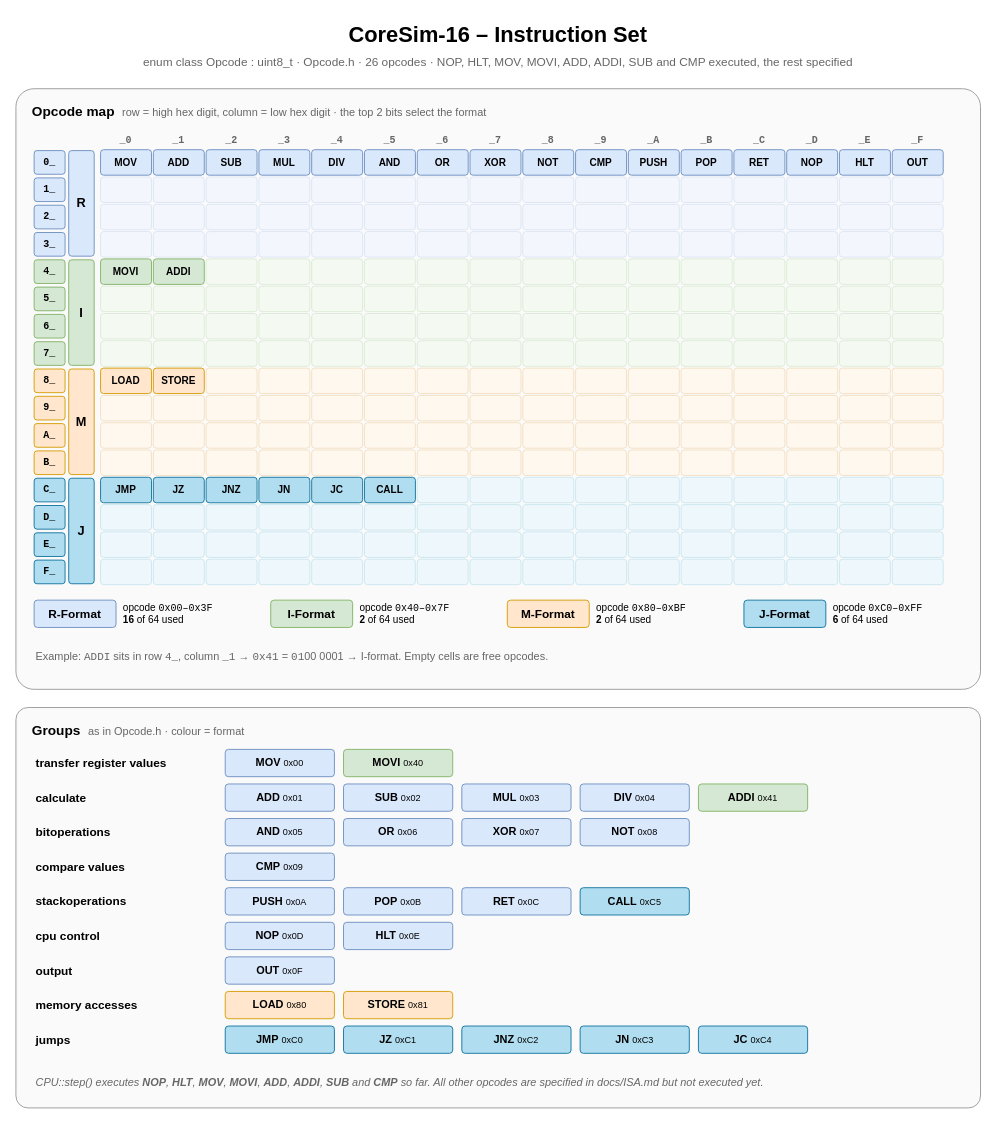
This is diagrams/isa.drawio from kpolet2010-hue/CoreSim, a draw.io file, before an edit. Source tidied: cells renumbered, new cells numbered last; positions are measured from the earlier drawing's top-left corner, leaving out a move shared by most shapes. Both pictures are drawn from the tidied source at 91%, with x=0, y=0 at pixel (15, 15).
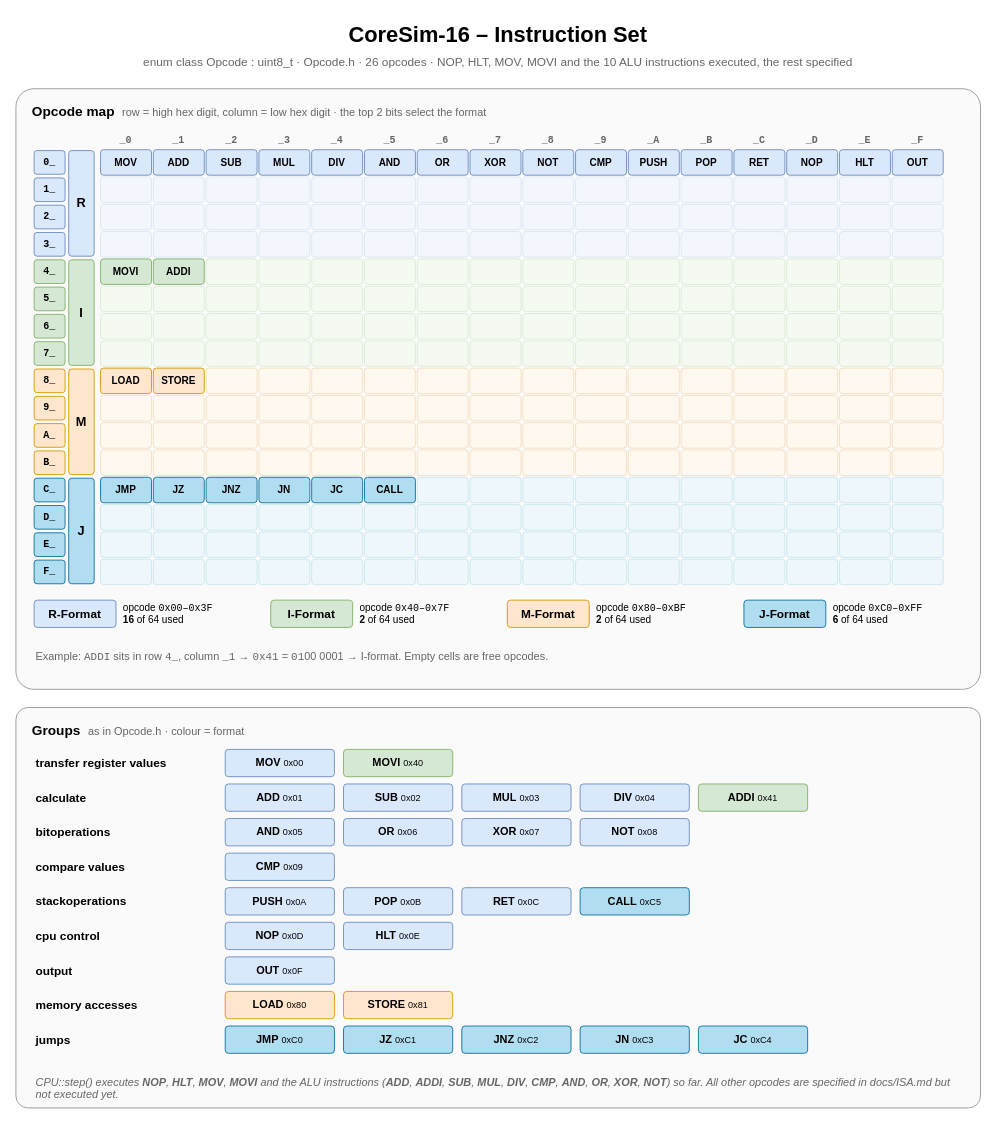
The same page after the edit.

Change to the diagram source:
```diff
@@
-    <mxCell id="3" value="enum class Opcode : uint8_t &amp;middot; Opcode.h &amp;middot; 26 opcodes &amp;middot; NOP, HLT, MOV, MOVI, ADD, ADDI, SUB and CMP executed, the rest specified" style="text;html=1;strokeColor=none;fillColor=none;whiteSpace=wrap;fontFamily=Helvetica;fontSize=13;fontColor=#666666;align=center;" parent="1" vertex="1">
+    <mxCell id="3" value="enum class Opcode : uint8_t &amp;middot; Opcode.h &amp;middot; 26 opcodes &amp;middot; NOP, HLT, MOV, MOVI and the 10 ALU instructions executed, the rest specified" style="text;html=1;strokeColor=none;fillColor=none;whiteSpace=wrap;fontFamily=Helvetica;fontSize=13;fontColor=#666666;align=center;" parent="1" vertex="1">
       <mxGeometry y="36" width="1060" height="24" as="geometry" />
     </mxCell>
@@
-    <mxCell id="342" value="&lt;i&gt;CPU::step() executes &lt;b&gt;NOP&lt;/b&gt;, &lt;b&gt;HLT&lt;/b&gt;, &lt;b&gt;MOV&lt;/b&gt;, &lt;b&gt;MOVI&lt;/b&gt;, &lt;b&gt;ADD&lt;/b&gt;, &lt;b&gt;ADDI&lt;/b&gt;, &lt;b&gt;SUB&lt;/b&gt; and &lt;b&gt;CMP&lt;/b&gt; so far. All other opcodes are specified in docs/ISA.md but not executed yet.&lt;/i&gt;" style="text;html=1;strokeColor=none;fillColor=none;whiteSpace=wrap;fontFamily=Helvetica;fontSize=12;fontColor=#666666;align=left;" parent="1" vertex="1">
+    <mxCell id="342" value="&lt;i&gt;CPU::step() executes &lt;b&gt;NOP&lt;/b&gt;, &lt;b&gt;HLT&lt;/b&gt;, &lt;b&gt;MOV&lt;/b&gt;, &lt;b&gt;MOVI&lt;/b&gt; and the ALU instructions (&lt;b&gt;ADD&lt;/b&gt;, &lt;b&gt;ADDI&lt;/b&gt;, &lt;b&gt;SUB&lt;/b&gt;, &lt;b&gt;MUL&lt;/b&gt;, &lt;b&gt;DIV&lt;/b&gt;, &lt;b&gt;CMP&lt;/b&gt;, &lt;b&gt;AND&lt;/b&gt;, &lt;b&gt;OR&lt;/b&gt;, &lt;b&gt;XOR&lt;/b&gt;, &lt;b&gt;NOT&lt;/b&gt;) so far. All other opcodes are specified in docs/ISA.md but not executed yet.&lt;/i&gt;" style="text;html=1;strokeColor=none;fillColor=none;whiteSpace=wrap;fontFamily=Helvetica;fontSize=12;fontColor=#666666;align=left;" parent="1" vertex="1">
       <mxGeometry x="20" y="1158" width="1020" height="24" as="geometry" />
     </mxCell>
```
